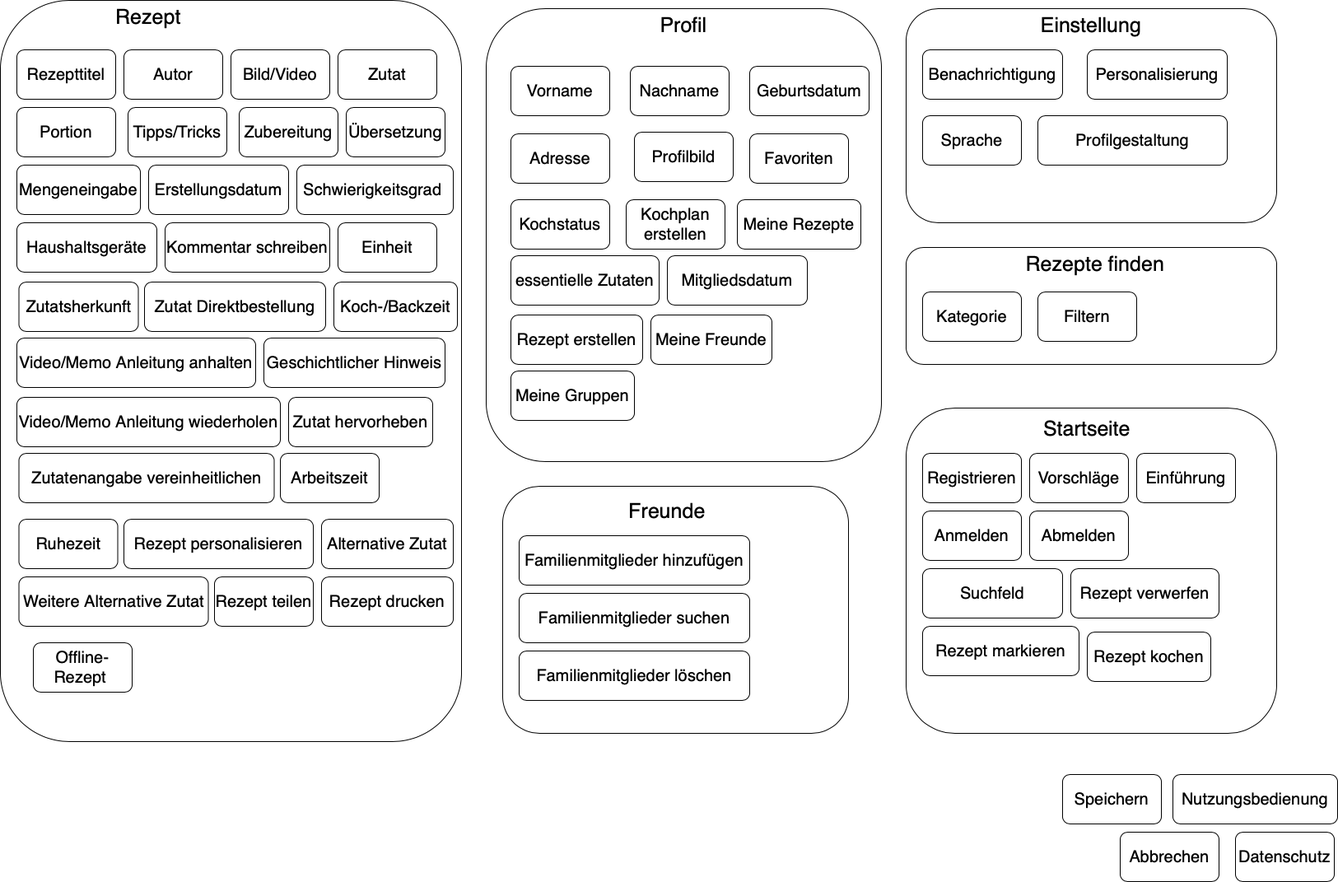
The draw.io diagram Artefakte/ContentModel/WS2020_CobanMai_ContentModel_v2.png in Inf166/PeerToPeerSharingOfCookingRecipies, before a commit. Source tidied: cells renumbered, new cells last; positions are measured from the earlier drawing's top-left corner, leaving out a move shared by most shapes.
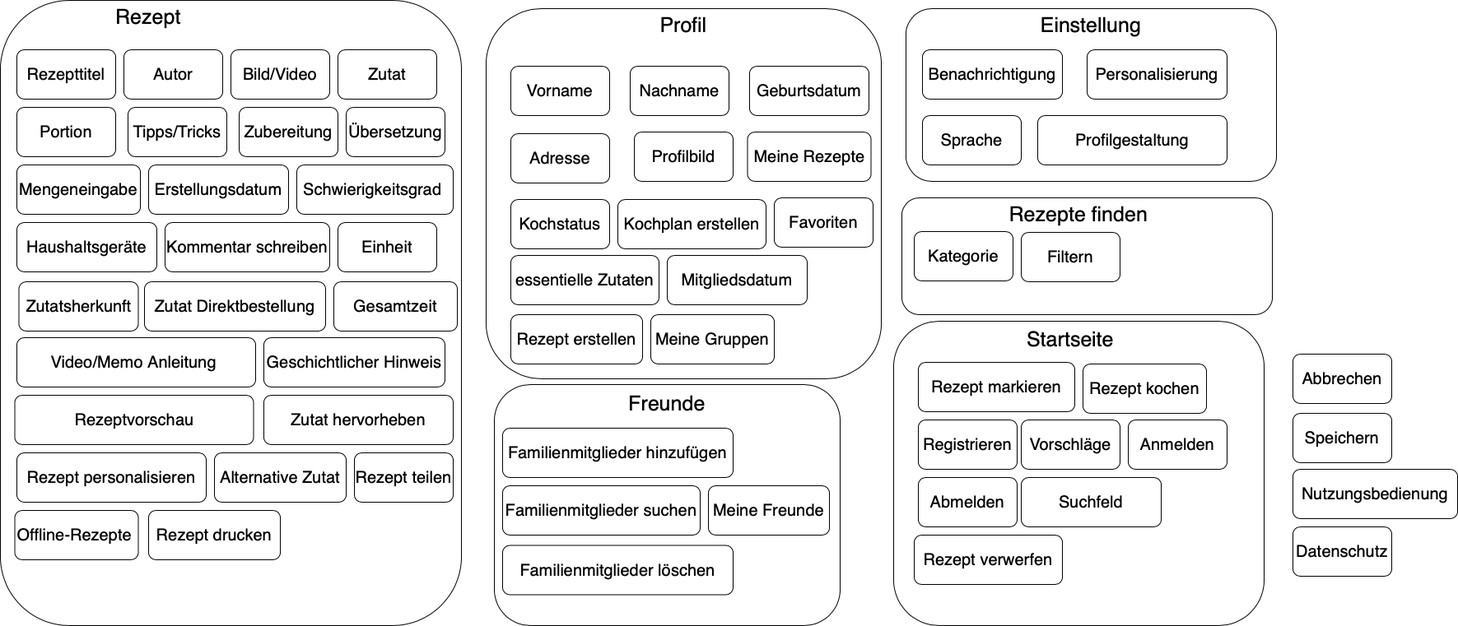
After the commit.

Change to the diagram source:
```diff
@@ -3,22 +3,22 @@
     <mxCell id="0" />
     <mxCell id="1" parent="0" />
     <mxCell id="2" style="rounded=1;whiteSpace=wrap;html=1;fillColor=none;" parent="1" vertex="1">
-      <mxGeometry x="610" y="590" width="420" height="300" as="geometry" />
+      <mxGeometry x="600" y="467" width="420" height="293" as="geometry" />
     </mxCell>
     <mxCell id="3" style="rounded=1;whiteSpace=wrap;html=1;fillColor=none;" parent="1" vertex="1">
-      <mxGeometry x="1100" y="300" width="450" height="142" as="geometry" />
+      <mxGeometry x="1095" y="240" width="450" height="142" as="geometry" />
     </mxCell>
     <mxCell id="4" style="rounded=1;whiteSpace=wrap;html=1;fillColor=none;" parent="1" vertex="1">
-      <mxGeometry x="1100" y="495" width="450" height="395" as="geometry" />
+      <mxGeometry x="1085" y="390" width="450" height="370" as="geometry" />
     </mxCell>
     <mxCell id="5" style="rounded=1;whiteSpace=wrap;html=1;fillColor=none;" parent="1" vertex="1">
-      <mxGeometry x="1100" y="10" width="450" height="260" as="geometry" />
+      <mxGeometry x="1100" y="10" width="450" height="210" as="geometry" />
     </mxCell>
     <mxCell id="6" style="rounded=1;whiteSpace=wrap;html=1;fillColor=none;" parent="1" vertex="1">
-      <mxGeometry width="560" height="900" as="geometry" />
+      <mxGeometry width="560" height="760" as="geometry" />
     </mxCell>
     <mxCell id="7" style="rounded=1;whiteSpace=wrap;html=1;fillColor=none;" parent="1" vertex="1">
-      <mxGeometry x="590" y="10" width="480" height="550" as="geometry" />
+      <mxGeometry x="590" y="10" width="480" height="450" as="geometry" />
     </mxCell>
     <mxCell id="8" value="&lt;span style=&quot;font-size: 20px&quot;&gt;Rezepttitel&lt;/span&gt;" style="rounded=1;whiteSpace=wrap;html=1;" parent="1" vertex="1">
       <mxGeometry x="20" y="60" width="120" height="60" as="geometry" />
@@ -45,16 +45,16 @@
       <mxGeometry x="420" y="130" width="120" height="60" as="geometry" />
     </mxCell>
     <mxCell id="16" value="&lt;span style=&quot;font-size: 20px&quot;&gt;Nutzungsbedienung&lt;/span&gt;" style="rounded=1;whiteSpace=wrap;html=1;" parent="1" vertex="1">
-      <mxGeometry x="1424" y="940" width="200" height="60" as="geometry" />
+      <mxGeometry x="1570" y="570" width="200" height="60" as="geometry" />
     </mxCell>
     <mxCell id="17" value="&lt;span style=&quot;font-size: 20px&quot;&gt;Datenschutz&lt;/span&gt;" style="rounded=1;whiteSpace=wrap;html=1;" parent="1" vertex="1">
-      <mxGeometry x="1500" y="1010" width="120" height="60" as="geometry" />
+      <mxGeometry x="1570" y="640" width="120" height="60" as="geometry" />
     </mxCell>
     <mxCell id="18" value="&lt;span style=&quot;font-size: 20px&quot;&gt;Bild/Video&lt;/span&gt;" style="rounded=1;whiteSpace=wrap;html=1;" parent="1" vertex="1">
       <mxGeometry x="280" y="60" width="120" height="60" as="geometry" />
     </mxCell>
-    <mxCell id="19" value="&lt;span style=&quot;font-size: 20px&quot;&gt;Offline-Rezept&amp;nbsp;&lt;/span&gt;" style="rounded=1;whiteSpace=wrap;html=1;" parent="1" vertex="1">
-      <mxGeometry x="40" y="780" width="120" height="60" as="geometry" />
+    <mxCell id="19" value="&lt;span style=&quot;font-size: 20px&quot;&gt;Offline-Rezepte&amp;nbsp;&lt;/span&gt;" style="rounded=1;whiteSpace=wrap;html=1;" parent="1" vertex="1">
+      <mxGeometry x="17.5" y="620" width="150" height="60" as="geometry" />
     </mxCell>
     <mxCell id="20" value="&lt;span style=&quot;font-size: 20px&quot;&gt;Erstellungsdatum&lt;/span&gt;" style="rounded=1;whiteSpace=wrap;html=1;" parent="1" vertex="1">
       <mxGeometry x="180" y="200" width="170" height="60" as="geometry" />
@@ -69,19 +69,19 @@
       <mxGeometry x="1320" y="60" width="170" height="60" as="geometry" />
     </mxCell>
     <mxCell id="24" value="&lt;span style=&quot;font-size: 20px&quot;&gt;Kategorie&lt;/span&gt;" style="rounded=1;whiteSpace=wrap;html=1;" parent="1" vertex="1">
-      <mxGeometry x="1120" y="354" width="120" height="60" as="geometry" />
+      <mxGeometry x="1110" y="281" width="120" height="60" as="geometry" />
     </mxCell>
     <mxCell id="25" value="&lt;span style=&quot;font-size: 20px&quot;&gt;Abmelden&lt;/span&gt;" style="rounded=1;whiteSpace=wrap;html=1;" parent="1" vertex="1">
-      <mxGeometry x="1250" y="620" width="120" height="60" as="geometry" />
+      <mxGeometry x="1115" y="580" width="120" height="60" as="geometry" />
     </mxCell>
     <mxCell id="26" value="&lt;span style=&quot;font-size: 20px&quot;&gt;Anmelden&lt;/span&gt;" style="rounded=1;whiteSpace=wrap;html=1;" parent="1" vertex="1">
-      <mxGeometry x="1120" y="620" width="120" height="60" as="geometry" />
+      <mxGeometry x="1370" y="510" width="120" height="60" as="geometry" />
     </mxCell>
     <mxCell id="27" value="&lt;span style=&quot;font-size: 20px&quot;&gt;Registrieren&lt;/span&gt;" style="rounded=1;whiteSpace=wrap;html=1;" parent="1" vertex="1">
-      <mxGeometry x="1120" y="550" width="120" height="60" as="geometry" />
+      <mxGeometry x="1115" y="510" width="120" height="60" as="geometry" />
     </mxCell>
     <mxCell id="28" value="&lt;span style=&quot;font-size: 20px&quot;&gt;Kochplan erstellen&lt;/span&gt;" style="rounded=1;whiteSpace=wrap;html=1;" parent="1" vertex="1">
-      <mxGeometry x="760" y="242" width="120" height="60" as="geometry" />
+      <mxGeometry x="750" y="242" width="180" height="60" as="geometry" />
     </mxCell>
     <mxCell id="29" value="&lt;span style=&quot;font-size: 20px&quot;&gt;Kochstatus&lt;/span&gt;" style="rounded=1;whiteSpace=wrap;html=1;" parent="1" vertex="1">
       <mxGeometry x="620" y="242" width="120" height="60" as="geometry" />
@@ -96,25 +96,25 @@
       <mxGeometry x="160" y="10" width="40" height="20" as="geometry" />
     </mxCell>
     <mxCell id="33" value="&lt;span style=&quot;font-size: 20px&quot;&gt;Suchfeld&lt;/span&gt;" style="rounded=1;whiteSpace=wrap;html=1;" parent="1" vertex="1">
-      <mxGeometry x="1120" y="690" width="170" height="60" as="geometry" />
+      <mxGeometry x="1240" y="580" width="170" height="60" as="geometry" />
     </mxCell>
     <mxCell id="34" value="&lt;font style=&quot;font-size: 25px&quot;&gt;Startseite&lt;/font&gt;" style="text;html=1;strokeColor=none;fillColor=none;align=center;verticalAlign=middle;whiteSpace=wrap;rounded=0;" parent="1" vertex="1">
-      <mxGeometry x="1300" y="510" width="40" height="20" as="geometry" />
+      <mxGeometry x="1280" y="402" width="40" height="20" as="geometry" />
     </mxCell>
     <mxCell id="35" value="&lt;span style=&quot;font-size: 20px&quot;&gt;Vorschläge&lt;/span&gt;" style="rounded=1;whiteSpace=wrap;html=1;" parent="1" vertex="1">
-      <mxGeometry x="1250" y="550" width="120" height="60" as="geometry" />
+      <mxGeometry x="1240" y="510" width="120" height="60" as="geometry" />
     </mxCell>
     <mxCell id="36" value="&lt;font style=&quot;font-size: 25px&quot;&gt;Rezepte finden&lt;/font&gt;" style="text;html=1;strokeColor=none;fillColor=none;align=center;verticalAlign=middle;whiteSpace=wrap;rounded=0;" parent="1" vertex="1">
-      <mxGeometry x="1230" y="310" width="200" height="20" as="geometry" />
+      <mxGeometry x="1210" y="250" width="200" height="20" as="geometry" />
     </mxCell>
     <mxCell id="37" value="&lt;font style=&quot;font-size: 25px&quot;&gt;Freunde&lt;/font&gt;" style="text;html=1;strokeColor=none;fillColor=none;align=center;verticalAlign=middle;whiteSpace=wrap;rounded=0;" parent="1" vertex="1">
-      <mxGeometry x="790" y="610" width="40" height="20" as="geometry" />
+      <mxGeometry x="790" y="480" width="40" height="20" as="geometry" />
     </mxCell>
     <mxCell id="38" value="&lt;span style=&quot;font-size: 20px&quot;&gt;Familienmitglieder hinzufügen&lt;/span&gt;" style="rounded=1;whiteSpace=wrap;html=1;" parent="1" vertex="1">
-      <mxGeometry x="630" y="650" width="280" height="60" as="geometry" />
+      <mxGeometry x="610" y="520" width="280" height="60" as="geometry" />
     </mxCell>
-    <mxCell id="39" value="&lt;span style=&quot;font-size: 20px&quot;&gt;Favoriten&lt;/span&gt;" style="rounded=1;whiteSpace=wrap;html=1;fillColor=none;" parent="1" vertex="1">
-      <mxGeometry x="910" y="162" width="120" height="60" as="geometry" />
+    <mxCell id="39" value="&lt;span style=&quot;font-size: 20px&quot;&gt;Favoriten&lt;/span&gt;" style="rounded=1;whiteSpace=wrap;html=1;" parent="1" vertex="1">
+      <mxGeometry x="940" y="240" width="120" height="60" as="geometry" />
     </mxCell>
     <mxCell id="40" value="&lt;span style=&quot;font-size: 20px&quot;&gt;Sprache&lt;/span&gt;" style="rounded=1;whiteSpace=wrap;html=1;" parent="1" vertex="1">
       <mxGeometry x="1120" y="140" width="120" height="60" as="geometry" />
@@ -138,7 +138,7 @@
       <mxGeometry x="910" y="80" width="145" height="60" as="geometry" />
     </mxCell>
     <mxCell id="47" value="&lt;font style=&quot;font-size: 20px&quot;&gt;Zutat hervorheben&lt;/font&gt;" style="rounded=1;whiteSpace=wrap;html=1;" parent="1" vertex="1">
-      <mxGeometry x="350" y="482" width="175" height="60" as="geometry" />
+      <mxGeometry x="320" y="480" width="230" height="60" as="geometry" />
     </mxCell>
     <mxCell id="48" value="&lt;span style=&quot;font-size: 20px&quot;&gt;Geschichtlicher Hinweis&lt;/span&gt;" style="rounded=1;whiteSpace=wrap;html=1;" parent="1" vertex="1">
       <mxGeometry x="320" y="410" width="220" height="60" as="geometry" />
@@ -146,59 +146,47 @@
     <mxCell id="49" value="&lt;span style=&quot;font-size: 20px&quot;&gt;Zutatsherkunft&lt;/span&gt;" style="rounded=1;whiteSpace=wrap;html=1;" parent="1" vertex="1">
       <mxGeometry x="22.5" y="342" width="145" height="60" as="geometry" />
     </mxCell>
-    <mxCell id="50" value="&lt;span style=&quot;font-size: 20px&quot;&gt;Ruhezeit&lt;/span&gt;" style="rounded=1;whiteSpace=wrap;html=1;" parent="1" vertex="1">
-      <mxGeometry x="22.5" y="630" width="120" height="60" as="geometry" />
-    </mxCell>
-    <mxCell id="51" value="&lt;span style=&quot;font-size: 20px&quot;&gt;Koch-/Backzeit&lt;/span&gt;" style="rounded=1;whiteSpace=wrap;html=1;" parent="1" vertex="1">
+    <mxCell id="51" value="&lt;span style=&quot;font-size: 20px&quot;&gt;Gesamtzeit&lt;/span&gt;" style="rounded=1;whiteSpace=wrap;html=1;" parent="1" vertex="1">
       <mxGeometry x="405" y="342" width="150" height="60" as="geometry" />
     </mxCell>
-    <mxCell id="52" value="&lt;span style=&quot;font-size: 20px&quot;&gt;Arbeitszeit&lt;/span&gt;" style="rounded=1;whiteSpace=wrap;html=1;" parent="1" vertex="1">
-      <mxGeometry x="340" y="550" width="120" height="60" as="geometry" />
-    </mxCell>
     <mxCell id="53" value="&lt;font style=&quot;font-size: 20px&quot;&gt;Rezept erstellen&lt;/font&gt;" style="rounded=1;whiteSpace=wrap;html=1;" parent="1" vertex="1">
       <mxGeometry x="620" y="382" width="160" height="60" as="geometry" />
     </mxCell>
     <mxCell id="54" value="&lt;span style=&quot;font-size: 20px&quot;&gt;Abbrechen&lt;/span&gt;" style="rounded=1;whiteSpace=wrap;html=1;" parent="1" vertex="1">
-      <mxGeometry x="1360" y="1010" width="120" height="60" as="geometry" />
+      <mxGeometry x="1570" y="430" width="120" height="60" as="geometry" />
     </mxCell>
     <mxCell id="55" value="&lt;span style=&quot;font-size: 20px&quot;&gt;Speichern&lt;/span&gt;" style="rounded=1;whiteSpace=wrap;html=1;" parent="1" vertex="1">
-      <mxGeometry x="1290" y="940" width="120" height="60" as="geometry" />
+      <mxGeometry x="1570" y="502" width="120" height="60" as="geometry" />
     </mxCell>
-    <mxCell id="56" value="&lt;span style=&quot;font-size: 20px&quot;&gt;Einführung&lt;/span&gt;" style="rounded=1;whiteSpace=wrap;html=1;" parent="1" vertex="1">
-      <mxGeometry x="1380" y="550" width="120" height="60" as="geometry" />
-    </mxCell>
     <mxCell id="57" value="&lt;span style=&quot;font-size: 20px&quot;&gt;Rezept markieren&lt;/span&gt;" style="rounded=1;whiteSpace=wrap;html=1;" parent="1" vertex="1">
-      <mxGeometry x="1120" y="760" width="190" height="60" as="geometry" />
+      <mxGeometry x="1115" y="440" width="190" height="60" as="geometry" />
     </mxCell>
     <mxCell id="58" value="&lt;span style=&quot;font-size: 20px&quot;&gt;Rezept kochen&lt;/span&gt;" style="rounded=1;whiteSpace=wrap;html=1;" parent="1" vertex="1">
-      <mxGeometry x="1320" y="767" width="150" height="60" as="geometry" />
+      <mxGeometry x="1315" y="442" width="150" height="60" as="geometry" />
     </mxCell>
-    <mxCell id="59" value="&lt;font style=&quot;font-size: 20px&quot;&gt;Video/Memo&amp;nbsp;Anleitung&amp;nbsp;anhalten&lt;/font&gt;" style="rounded=1;whiteSpace=wrap;html=1;" parent="1" vertex="1">
+    <mxCell id="59" value="&lt;font style=&quot;font-size: 20px&quot;&gt;Video/Memo&amp;nbsp;Anleitung&amp;nbsp;&lt;/font&gt;" style="rounded=1;whiteSpace=wrap;html=1;" parent="1" vertex="1">
       <mxGeometry x="20" y="410" width="290" height="60" as="geometry" />
     </mxCell>
-    <mxCell id="60" value="&lt;span style=&quot;font-size: 20px&quot;&gt;Video/Memo Anleitung wiederholen&lt;/span&gt;" style="rounded=1;whiteSpace=wrap;html=1;" parent="1" vertex="1">
-      <mxGeometry x="20" y="482" width="320" height="60" as="geometry" />
-    </mxCell>
     <mxCell id="61" value="&lt;span style=&quot;font-size: 20px&quot;&gt;Rezept drucken&lt;/span&gt;" style="rounded=1;whiteSpace=wrap;html=1;" parent="1" vertex="1">
-      <mxGeometry x="390" y="700" width="160" height="60" as="geometry" />
+      <mxGeometry x="180" y="620" width="160" height="60" as="geometry" />
     </mxCell>
     <mxCell id="62" value="&lt;span style=&quot;font-size: 20px&quot;&gt;Rezept teilen&lt;/span&gt;" style="rounded=1;whiteSpace=wrap;html=1;" parent="1" vertex="1">
-      <mxGeometry x="260" y="700" width="120" height="60" as="geometry" />
+      <mxGeometry x="430" y="550" width="120" height="60" as="geometry" />
     </mxCell>
     <mxCell id="63" value="&lt;span style=&quot;font-size: 20px&quot;&gt;Zutat Direktbestellung&lt;/span&gt;" style="rounded=1;whiteSpace=wrap;html=1;" parent="1" vertex="1">
       <mxGeometry x="175" y="342" width="220" height="60" as="geometry" />
     </mxCell>
     <mxCell id="64" value="&lt;span style=&quot;font-size: 20px&quot;&gt;Filtern&lt;/span&gt;" style="rounded=1;whiteSpace=wrap;html=1;" parent="1" vertex="1">
-      <mxGeometry x="1260" y="354" width="120" height="60" as="geometry" />
+      <mxGeometry x="1240" y="282" width="120" height="60" as="geometry" />
     </mxCell>
     <mxCell id="65" value="&lt;span style=&quot;font-size: 20px&quot;&gt;Meine Freunde&lt;/span&gt;" style="rounded=1;whiteSpace=wrap;html=1;" parent="1" vertex="1">
-      <mxGeometry x="790" y="382" width="147" height="60" as="geometry" />
+      <mxGeometry x="860" y="590" width="147" height="60" as="geometry" />
     </mxCell>
     <mxCell id="66" value="&lt;span style=&quot;font-size: 20px&quot;&gt;Meine Gruppen&lt;/span&gt;" style="rounded=1;whiteSpace=wrap;html=1;" parent="1" vertex="1">
-      <mxGeometry x="620" y="450" width="150" height="60" as="geometry" />
+      <mxGeometry x="790" y="382" width="150" height="60" as="geometry" />
     </mxCell>
     <mxCell id="67" value="&lt;span style=&quot;font-size: 20px&quot;&gt;Meine Rezepte&lt;/span&gt;" style="rounded=1;whiteSpace=wrap;html=1;" parent="1" vertex="1">
-      <mxGeometry x="895" y="242" width="150" height="60" as="geometry" />
+      <mxGeometry x="907.5" y="160" width="150" height="60" as="geometry" />
     </mxCell>
     <mxCell id="68" value="&lt;span style=&quot;color: rgb(0 , 0 , 0) ; font-family: &amp;#34;helvetica&amp;#34; ; font-size: 20px ; font-style: normal ; font-weight: normal ; letter-spacing: normal ; text-align: center ; text-indent: 0px ; text-transform: none ; word-spacing: 0px ; text-decoration: none ; display: inline ; float: none&quot;&gt;Mitgliedsdatum&lt;/span&gt;" style="rounded=1;whiteSpace=wrap;html=1;" parent="1" vertex="1">
       <mxGeometry x="810" y="310" width="170" height="60" as="geometry" />
@@ -207,19 +195,19 @@
       <mxGeometry x="620" y="310" width="180" height="60" as="geometry" />
     </mxCell>
     <mxCell id="70" value="&lt;span style=&quot;font-size: 20px&quot;&gt;Familienmitglieder suchen&lt;/span&gt;" style="rounded=1;whiteSpace=wrap;html=1;" parent="1" vertex="1">
-      <mxGeometry x="630" y="720" width="280" height="60" as="geometry" />
+      <mxGeometry x="610" y="590" width="240" height="60" as="geometry" />
     </mxCell>
     <mxCell id="71" value="&lt;span style=&quot;font-size: 20px&quot;&gt;Familienmitglieder löschen&lt;/span&gt;" style="rounded=1;whiteSpace=wrap;html=1;" parent="1" vertex="1">
-      <mxGeometry x="630" y="790" width="280" height="60" as="geometry" />
+      <mxGeometry x="610" y="662.5" width="280" height="60" as="geometry" />
     </mxCell>
     <mxCell id="72" value="&lt;span style=&quot;font-size: 20px&quot;&gt;Profilgestaltung&lt;/span&gt;" style="rounded=1;whiteSpace=wrap;html=1;" parent="1" vertex="1">
       <mxGeometry x="1260" y="140" width="230" height="60" as="geometry" />
     </mxCell>
     <mxCell id="73" value="&lt;span style=&quot;font-size: 20px&quot;&gt;Rezept verwerfen&lt;/span&gt;" style="rounded=1;whiteSpace=wrap;html=1;" parent="1" vertex="1">
-      <mxGeometry x="1300" y="690" width="180" height="60" as="geometry" />
+      <mxGeometry x="1110" y="650" width="180" height="60" as="geometry" />
     </mxCell>
     <mxCell id="74" value="&lt;span style=&quot;font-size: 20px&quot;&gt;Rezept personalisieren&lt;/span&gt;" style="rounded=1;whiteSpace=wrap;html=1;" parent="1" vertex="1">
-      <mxGeometry x="150" y="630" width="230" height="60" as="geometry" />
+      <mxGeometry x="20" y="550" width="230" height="60" as="geometry" />
     </mxCell>
     <mxCell id="75" value="&lt;span style=&quot;font-size: 20px&quot;&gt;Mengeneingabe&lt;/span&gt;" style="rounded=1;whiteSpace=wrap;html=1;" parent="1" vertex="1">
       <mxGeometry x="20" y="200" width="150" height="60" as="geometry" />
@@ -227,14 +215,11 @@
     <mxCell id="76" value="&lt;span style=&quot;font-size: 20px&quot;&gt;Einheit&lt;/span&gt;" style="rounded=1;whiteSpace=wrap;html=1;" parent="1" vertex="1">
       <mxGeometry x="410" y="270" width="120" height="60" as="geometry" />
     </mxCell>
-    <mxCell id="77" value="&lt;span style=&quot;font-size: 20px&quot;&gt;Weitere Alternative Zutat&lt;/span&gt;" style="rounded=1;whiteSpace=wrap;html=1;" parent="1" vertex="1">
-      <mxGeometry x="22.5" y="700" width="230" height="60" as="geometry" />
-    </mxCell>
     <mxCell id="78" value="&lt;span style=&quot;font-size: 20px&quot;&gt;Alternative Zutat&lt;/span&gt;" style="rounded=1;whiteSpace=wrap;html=1;" parent="1" vertex="1">
-      <mxGeometry x="390" y="630" width="160" height="60" as="geometry" />
+      <mxGeometry x="260" y="550" width="160" height="60" as="geometry" />
     </mxCell>
-    <mxCell id="79" value="&lt;span style=&quot;font-size: 20px&quot;&gt;Zutatenangabe vereinheitlichen&lt;/span&gt;" style="rounded=1;whiteSpace=wrap;html=1;" parent="1" vertex="1">
-      <mxGeometry x="22.5" y="550" width="310" height="60" as="geometry" />
-    </mxCell>
+    <mxCell id="80" value="&lt;font style=&quot;font-size: 20px&quot;&gt;Rezeptvorschau&lt;/font&gt;" style="rounded=1;whiteSpace=wrap;html=1;" parent="1" vertex="1">
+      <mxGeometry x="17.5" y="480" width="290" height="60" as="geometry" />
+    </mxCell>
   </root>
 </mxGraphModel>
```
